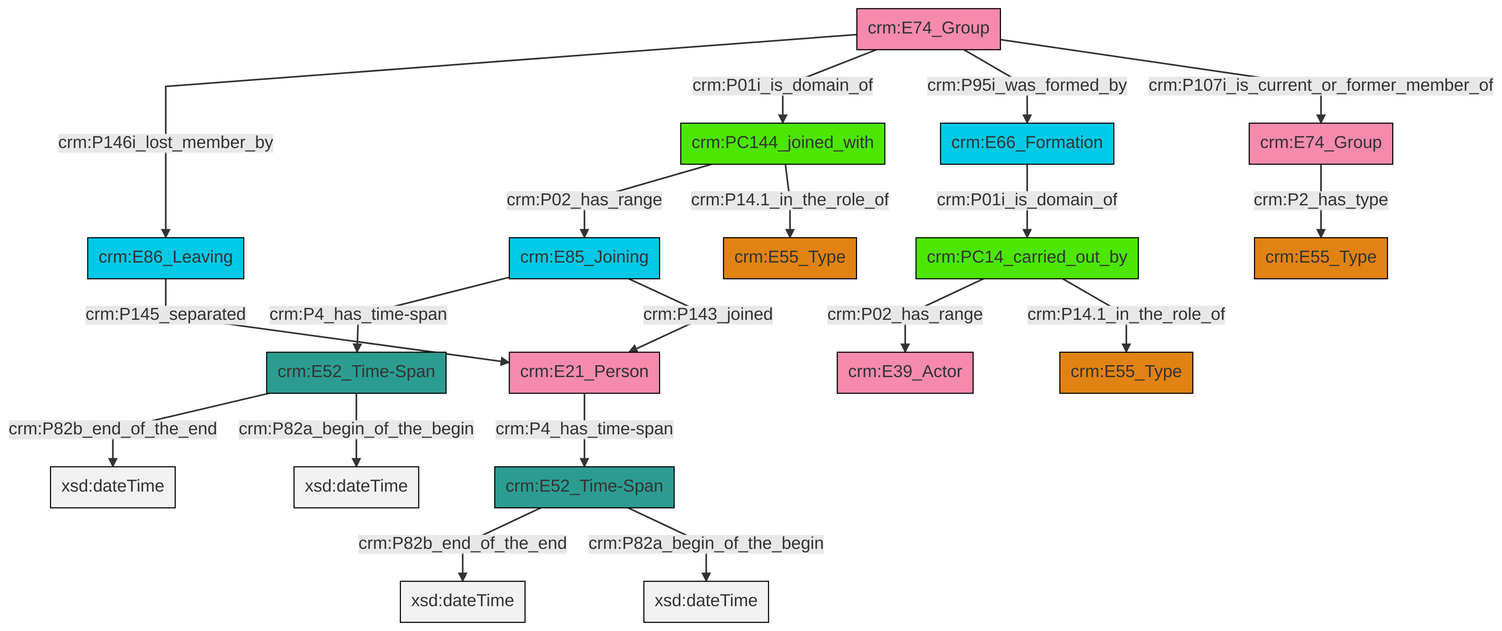
This is et/groupCSV/ttl/mmd/png/group_actor_relations.png from swiss-art-research-net/reference-data-models, a Mermaid export, as it was before one commit. Its source is kept beside it as et/groupCSV/ttl/mmd/group_actor_relations.ttl.mmd. Its diagram source:
```mermaid
graph TD
classDef Literal fill:#f2f2f2,stroke:#000000;
classDef CRM_Entity fill:#FFFFFF,stroke:#000000;
classDef Temporal_Entity fill:#00C9E6, stroke:#000000;
classDef Type fill:#E18312, stroke:#000000;
classDef Time-Span fill:#2C9C91, stroke:#000000;
classDef Appellation fill:#FFEB7F, stroke:#000000;
classDef Place fill:#008836, stroke:#000000;
classDef Persistent_Item fill:#B266B2, stroke:#000000;
classDef Conceptual_Object fill:#FFD700, stroke:#000000;
classDef Physical_Thing fill:#D2B48C, stroke:#000000;
classDef Actor fill:#f58aad, stroke:#000000;
classDef PC_Classes fill:#4ce600, stroke:#000000;
classDef Multi fill:#cccccc,stroke:#000000;

0["crm:E74_Group"]:::Actor -->|crm:P146i_lost_member_by| 1["crm:E86_Leaving"]:::Temporal_Entity
6["crm:E74_Group"]:::Actor -->|crm:P2_has_type| 8["crm:E55_Type"]:::Type
0["crm:E74_Group"]:::Actor -->|crm:P01i_is_domain_of| 17["crm:PC144_joined_with"]:::PC_Classes
17["crm:PC144_joined_with"]:::PC_Classes -->|crm:P02_has_range| 18["crm:E85_Joining"]:::Temporal_Entity
10["crm:E52_Time-Span"]:::Time-Span -->|crm:P82b_end_of_the_end| 19[xsd:dateTime]:::Literal
4["crm:E52_Time-Span"]:::Time-Span -->|crm:P82b_end_of_the_end| 20[xsd:dateTime]:::Literal
25["crm:E21_Person"]:::Actor -->|crm:P4_has_time-span| 4["crm:E52_Time-Span"]:::Time-Span
0["crm:E74_Group"]:::Actor -->|crm:P95i_was_formed_by| 21["crm:E66_Formation"]:::Temporal_Entity
15["crm:PC14_carried_out_by"]:::PC_Classes -->|crm:P02_has_range| 2["crm:E39_Actor"]:::Actor
17["crm:PC144_joined_with"]:::PC_Classes -->|crm:P14.1_in_the_role_of| 12["crm:E55_Type"]:::Type
18["crm:E85_Joining"]:::Temporal_Entity -->|crm:P4_has_time-span| 10["crm:E52_Time-Span"]:::Time-Span
21["crm:E66_Formation"]:::Temporal_Entity -->|crm:P01i_is_domain_of| 15["crm:PC14_carried_out_by"]:::PC_Classes
15["crm:PC14_carried_out_by"]:::PC_Classes -->|crm:P14.1_in_the_role_of| 23["crm:E55_Type"]:::Type
10["crm:E52_Time-Span"]:::Time-Span -->|crm:P82a_begin_of_the_begin| 26[xsd:dateTime]:::Literal
0["crm:E74_Group"]:::Actor -->|crm:P107i_is_current_or_former_member_of| 6["crm:E74_Group"]:::Actor
1["crm:E86_Leaving"]:::Temporal_Entity -->|crm:P145_separated| 25["crm:E21_Person"]:::Actor
18["crm:E85_Joining"]:::Temporal_Entity -->|crm:P143_joined| 25["crm:E21_Person"]:::Actor
4["crm:E52_Time-Span"]:::Time-Span -->|crm:P82a_begin_of_the_begin| 34[xsd:dateTime]:::Literal
```
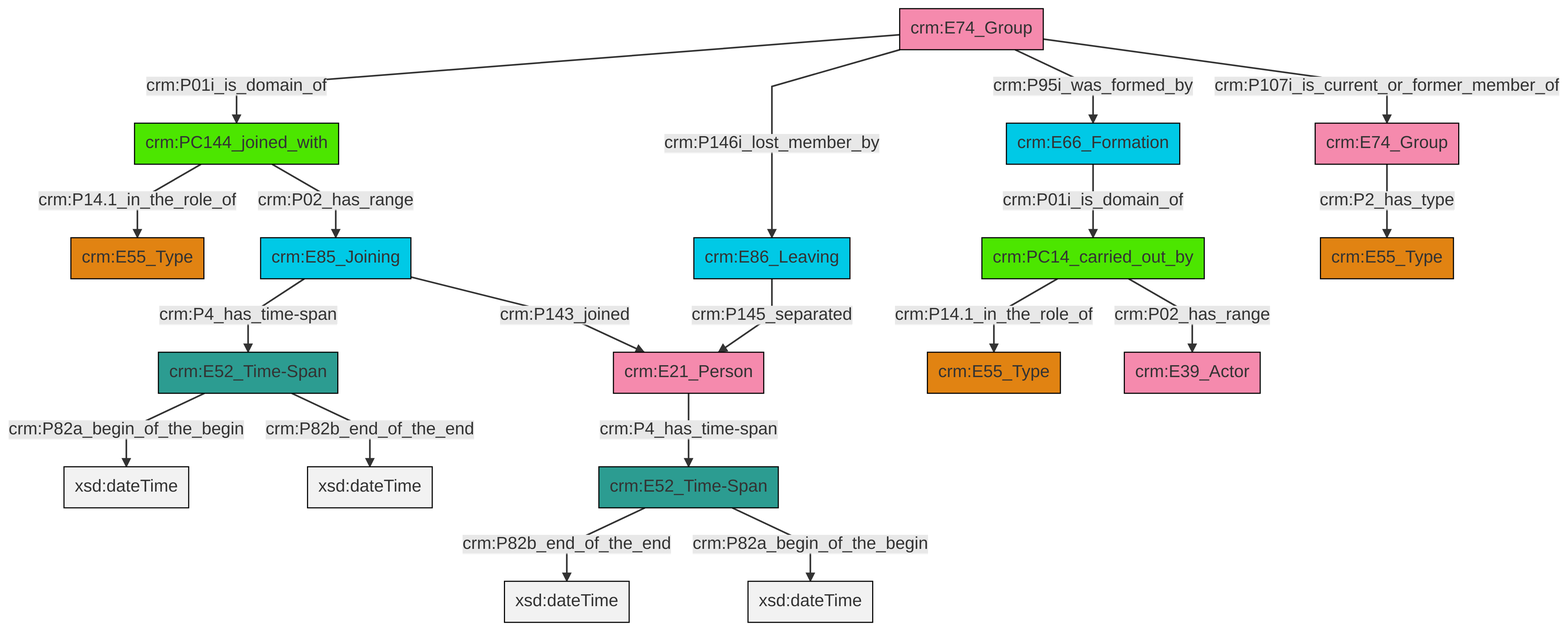
After the commit.

Diff of the diagram source:
```diff
@@ -13,21 +13,21 @@
 classDef PC_Classes fill:#4ce600, stroke:#000000;
 classDef Multi fill:#cccccc,stroke:#000000;
 
-0["crm:E74_Group"]:::Actor -->|crm:P146i_lost_member_by| 1["crm:E86_Leaving"]:::Temporal_Entity
-6["crm:E74_Group"]:::Actor -->|crm:P2_has_type| 8["crm:E55_Type"]:::Type
-0["crm:E74_Group"]:::Actor -->|crm:P01i_is_domain_of| 17["crm:PC144_joined_with"]:::PC_Classes
-17["crm:PC144_joined_with"]:::PC_Classes -->|crm:P02_has_range| 18["crm:E85_Joining"]:::Temporal_Entity
-10["crm:E52_Time-Span"]:::Time-Span -->|crm:P82b_end_of_the_end| 19[xsd:dateTime]:::Literal
-4["crm:E52_Time-Span"]:::Time-Span -->|crm:P82b_end_of_the_end| 20[xsd:dateTime]:::Literal
-25["crm:E21_Person"]:::Actor -->|crm:P4_has_time-span| 4["crm:E52_Time-Span"]:::Time-Span
-0["crm:E74_Group"]:::Actor -->|crm:P95i_was_formed_by| 21["crm:E66_Formation"]:::Temporal_Entity
-15["crm:PC14_carried_out_by"]:::PC_Classes -->|crm:P02_has_range| 2["crm:E39_Actor"]:::Actor
-17["crm:PC144_joined_with"]:::PC_Classes -->|crm:P14.1_in_the_role_of| 12["crm:E55_Type"]:::Type
-18["crm:E85_Joining"]:::Temporal_Entity -->|crm:P4_has_time-span| 10["crm:E52_Time-Span"]:::Time-Span
-21["crm:E66_Formation"]:::Temporal_Entity -->|crm:P01i_is_domain_of| 15["crm:PC14_carried_out_by"]:::PC_Classes
-15["crm:PC14_carried_out_by"]:::PC_Classes -->|crm:P14.1_in_the_role_of| 23["crm:E55_Type"]:::Type
-10["crm:E52_Time-Span"]:::Time-Span -->|crm:P82a_begin_of_the_begin| 26[xsd:dateTime]:::Literal
-0["crm:E74_Group"]:::Actor -->|crm:P107i_is_current_or_former_member_of| 6["crm:E74_Group"]:::Actor
-1["crm:E86_Leaving"]:::Temporal_Entity -->|crm:P145_separated| 25["crm:E21_Person"]:::Actor
-18["crm:E85_Joining"]:::Temporal_Entity -->|crm:P143_joined| 25["crm:E21_Person"]:::Actor
-4["crm:E52_Time-Span"]:::Time-Span -->|crm:P82a_begin_of_the_begin| 34[xsd:dateTime]:::Literal
+0["crm:PC144_joined_with"]:::PC_Classes -->|crm:P14.1_in_the_role_of| 1["crm:E55_Type"]:::Type
+4["crm:E52_Time-Span"]:::Time-Span -->|crm:P82b_end_of_the_end| 5[xsd:dateTime]:::Literal
+8["crm:E52_Time-Span"]:::Time-Span -->|crm:P82a_begin_of_the_begin| 9[xsd:dateTime]:::Literal
+11["crm:E85_Joining"]:::Temporal_Entity -->|crm:P4_has_time-span| 8["crm:E52_Time-Span"]:::Time-Span
+2["crm:E66_Formation"]:::Temporal_Entity -->|crm:P01i_is_domain_of| 12["crm:PC14_carried_out_by"]:::PC_Classes
+12["crm:PC14_carried_out_by"]:::PC_Classes -->|crm:P14.1_in_the_role_of| 6["crm:E55_Type"]:::Type
+4["crm:E52_Time-Span"]:::Time-Span -->|crm:P82a_begin_of_the_begin| 16[xsd:dateTime]:::Literal
+17["crm:E21_Person"]:::Actor -->|crm:P4_has_time-span| 4["crm:E52_Time-Span"]:::Time-Span
+14["crm:E86_Leaving"]:::Temporal_Entity -->|crm:P145_separated| 17["crm:E21_Person"]:::Actor
+0["crm:PC144_joined_with"]:::PC_Classes -->|crm:P02_has_range| 11["crm:E85_Joining"]:::Temporal_Entity
+12["crm:PC14_carried_out_by"]:::PC_Classes -->|crm:P02_has_range| 20["crm:E39_Actor"]:::Actor
+22["crm:E74_Group"]:::Actor -->|crm:P01i_is_domain_of| 0["crm:PC144_joined_with"]:::PC_Classes
+22["crm:E74_Group"]:::Actor -->|crm:P146i_lost_member_by| 14["crm:E86_Leaving"]:::Temporal_Entity
+27["crm:E74_Group"]:::Actor -->|crm:P2_has_type| 18["crm:E55_Type"]:::Type
+22["crm:E74_Group"]:::Actor -->|crm:P95i_was_formed_by| 2["crm:E66_Formation"]:::Temporal_Entity
+8["crm:E52_Time-Span"]:::Time-Span -->|crm:P82b_end_of_the_end| 34[xsd:dateTime]:::Literal
+11["crm:E85_Joining"]:::Temporal_Entity -->|crm:P143_joined| 17["crm:E21_Person"]:::Actor
+22["crm:E74_Group"]:::Actor -->|crm:P107i_is_current_or_former_member_of| 27["crm:E74_Group"]:::Actor
```
